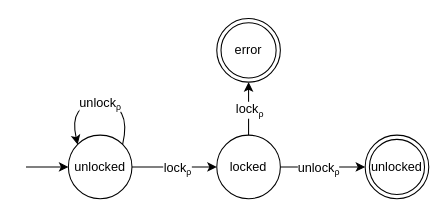
Above: algorithm/figures/double-lock-short-term.drawio in andersfischernielsen/Finding-Resource-Manipulation-Bugs-with-Monitor-Automata-on-the-Example-of-the-Linux-Kernel (draw.io), before the change. Source tidied: cells renumbered, new cells numbered last; positions are measured from the earlier drawing's top-left corner, leaving out a move shared by most shapes. Both pictures are drawn from the tidied source at 106%, with x=0, y=0 at pixel (25, 18).
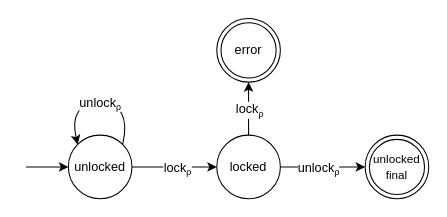
Above is the later version.

The edit, as a diff of the source:
```diff
@@
 <mxGraphModel>
   <root>
     <mxCell id="0" />
     <mxCell id="1" parent="0" />
     <mxCell id="2" style="endArrow=classic;html=1;entryX=0;entryY=0.5;entryDx=0;entryDy=0;" parent="1" edge="1" target="5">
       <mxGeometry relative="1" as="geometry">
         <mxPoint y="140" as="sourcePoint" />
       </mxGeometry>
     </mxCell>
     <mxCell id="3" style="endArrow=classic;html=1;exitX=0.5;exitY=0;exitDx=0;exitDy=0;entryX=0.5;entryY=1;entryDx=0;entryDy=0;" parent="1" edge="1" source="12" target="8">
       <mxGeometry relative="1" as="geometry" />
     </mxCell>
     <mxCell id="4" value="lock&lt;span style=&quot;font-size: 10px&quot;&gt;&lt;sub&gt;ρ&lt;/sub&gt;&lt;/span&gt;" style="text;html=1;align=center;verticalAlign=middle;labelBackgroundColor=#ffffff;" parent="3" vertex="1">
       <mxGeometry x="0.48" y="-2" relative="1" as="geometry">
         <mxPoint x="-2" y="12" as="offset" />
       </mxGeometry>
     </mxCell>
     <mxCell id="5" value="unlocked" style="ellipse;whiteSpace=wrap;html=1;fontSize=12;" parent="1" vertex="1">
       <mxGeometry x="40" y="110" width="60" height="60" as="geometry" />
     </mxCell>
     <mxCell id="6" style="curved=1;endArrow=classic;html=1;exitX=1;exitY=0.5;exitDx=0;exitDy=0;entryX=0;entryY=0.5;entryDx=0;entryDy=0;" parent="1" edge="1" source="5" target="12">
       <mxGeometry relative="1" as="geometry" />
     </mxCell>
     <mxCell id="7" value="lock&lt;span style=&quot;font-size: 10px&quot;&gt;&lt;sub&gt;ρ&lt;/sub&gt;&lt;/span&gt;" style="text;html=1;align=center;verticalAlign=middle;labelBackgroundColor=#ffffff;" parent="6" vertex="1">
       <mxGeometry x="0.04" y="-1" relative="1" as="geometry">
         <mxPoint y="-1" as="offset" />
       </mxGeometry>
     </mxCell>
     <mxCell id="8" value="error" style="ellipse;shape=doubleEllipse;whiteSpace=wrap;html=1;" parent="1" vertex="1">
       <mxGeometry x="180" width="60" height="60" as="geometry" />
     </mxCell>
-    <mxCell id="9" value="unlocked" style="ellipse;shape=doubleEllipse;whiteSpace=wrap;html=1;fontSize=12;" parent="1" vertex="1">
+    <mxCell id="9" value="&lt;font style=&quot;font-size: 11px&quot;&gt;unlocked&lt;br&gt;final&lt;br&gt;&lt;/font&gt;" style="ellipse;shape=doubleEllipse;whiteSpace=wrap;html=1;fontSize=12;" parent="1" vertex="1">
       <mxGeometry x="320" y="110" width="60" height="60" as="geometry" />
     </mxCell>
     <mxCell id="10" style="edgeStyle=orthogonalEdgeStyle;rounded=0;jettySize=auto;html=1;exitX=1;exitY=0.5;exitDx=0;exitDy=0;entryX=0;entryY=0.5;entryDx=0;entryDy=0;" parent="1" edge="1" source="12" target="9">
       <mxGeometry relative="1" as="geometry" />
     </mxCell>
     <mxCell id="11" value="&lt;span style=&quot;font-size: 12px&quot;&gt;unlock&lt;/span&gt;&lt;span style=&quot;font-size: 10px&quot;&gt;&lt;sub&gt;ρ&lt;/sub&gt;&lt;/span&gt;" style="edgeLabel;html=1;align=center;verticalAlign=middle;" parent="10" vertex="1">
       <mxGeometry x="-0.12" relative="1" as="geometry" />
     </mxCell>
     <mxCell id="12" value="locked" style="ellipse;whiteSpace=wrap;html=1;" parent="1" vertex="1">
       <mxGeometry x="180" y="110" width="60" height="60" as="geometry" />
     </mxCell>
     <mxCell id="13" value="&lt;span style=&quot;font-family: Helvetica; font-style: normal; font-variant-ligatures: normal; font-variant-caps: normal; font-weight: 400; letter-spacing: normal; orphans: 2; text-align: center; text-indent: 0px; text-transform: none; widows: 2; word-spacing: 0px; -webkit-text-stroke-width: 0px; text-decoration-style: initial; text-decoration-color: initial; font-size: 12px;&quot;&gt;unlock&lt;/span&gt;&lt;span style=&quot;font-family: Helvetica; font-style: normal; font-variant-ligatures: normal; font-variant-caps: normal; font-weight: 400; letter-spacing: normal; orphans: 2; text-align: center; text-indent: 0px; text-transform: none; widows: 2; word-spacing: 0px; -webkit-text-stroke-width: 0px; text-decoration-style: initial; text-decoration-color: initial; font-size: 10px;&quot;&gt;&lt;sub&gt;ρ&lt;/sub&gt;&lt;/span&gt;" style="orthogonalLoop=1;jettySize=auto;html=1;exitX=1;exitY=0;exitDx=0;exitDy=0;entryX=0;entryY=0;entryDx=0;entryDy=0;curved=1;" parent="1" edge="1" source="5" target="5">
       <mxGeometry relative="1" as="geometry">
         <Array as="points">
           <mxPoint x="100" y="80" />
           <mxPoint x="40" y="80" />
         </Array>
       </mxGeometry>
     </mxCell>
   </root>
 </mxGraphModel>
```
